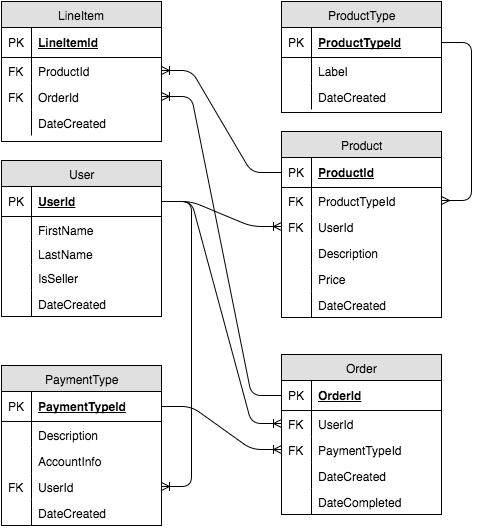
TeamCharles/initial-api keeps this draw.io diagram as ERD.png. Above is the earlier version. Source tidied: cells renumbered, new cells last; positions are measured from the earlier drawing's top-left corner, leaving out a move shared by most shapes.
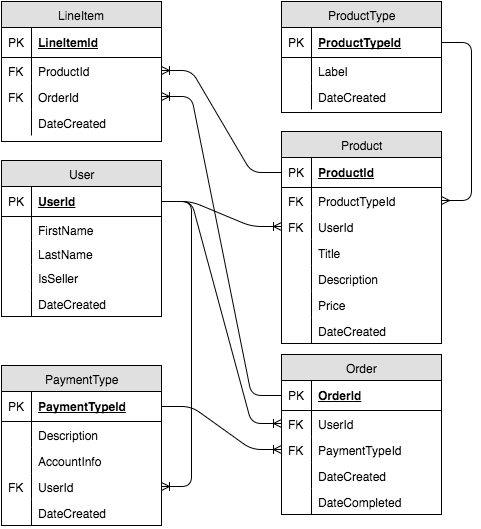
Above is the later version.

The edit, as a diff of the source:
```diff
@@ -3,7 +3,7 @@
     <mxCell id="0" />
     <mxCell id="1" parent="0" />
     <mxCell id="2" value="Product" style="swimlane;html=1;fontStyle=0;horizontal=1;startSize=26;fillColor=#e0e0e0;swimlaneFillColor=#ffffff;align=center;" parent="1" vertex="1">
-      <mxGeometry x="280" y="130" width="160" height="186" as="geometry" />
+      <mxGeometry x="280" y="130" width="160" height="212" as="geometry" />
     </mxCell>
     <mxCell id="3" value="ProductId" style="shape=partialRectangle;top=0;left=0;right=0;bottom=1;html=1;align=left;verticalAlign=middle;fillColor=none;spacingLeft=34;spacingRight=4;whiteSpace=wrap;overflow=hidden;points=[[0,0.5],[1,0.5]];portConstraint=eastwest;fontStyle=5;" parent="2" vertex="1">
       <mxGeometry y="26" width="160" height="30" as="geometry" />
@@ -23,20 +23,26 @@
     <mxCell id="8" value="FK" style="shape=partialRectangle;top=0;left=0;bottom=0;html=1;fillColor=none;align=left;verticalAlign=top;spacingLeft=4;spacingRight=4;whiteSpace=wrap;overflow=hidden;" parent="7" vertex="1">
       <mxGeometry width="30" height="26" as="geometry" />
     </mxCell>
+    <mxCell id="71" value="Title" style="shape=partialRectangle;top=0;left=0;right=0;bottom=0;html=1;align=left;verticalAlign=top;fillColor=none;spacingLeft=34;spacingRight=4;whiteSpace=wrap;overflow=hidden;" parent="2" vertex="1">
+      <mxGeometry y="108" width="160" height="26" as="geometry" />
+    </mxCell>
+    <mxCell id="72" style="shape=partialRectangle;top=0;left=0;bottom=0;html=1;fillColor=none;align=left;verticalAlign=top;spacingLeft=4;spacingRight=4;whiteSpace=wrap;overflow=hidden;" parent="71" vertex="1">
+      <mxGeometry width="30" height="26" as="geometry" />
+    </mxCell>
     <mxCell id="9" value="Description" style="shape=partialRectangle;top=0;left=0;right=0;bottom=0;html=1;align=left;verticalAlign=top;fillColor=none;spacingLeft=34;spacingRight=4;whiteSpace=wrap;overflow=hidden;" parent="2" vertex="1">
-      <mxGeometry y="108" width="160" height="26" as="geometry" />
+      <mxGeometry y="134" width="160" height="26" as="geometry" />
     </mxCell>
     <mxCell id="10" style="shape=partialRectangle;top=0;left=0;bottom=0;html=1;fillColor=none;align=left;verticalAlign=top;spacingLeft=4;spacingRight=4;whiteSpace=wrap;overflow=hidden;" parent="9" vertex="1">
       <mxGeometry width="30" height="26" as="geometry" />
     </mxCell>
     <mxCell id="11" value="Price" style="shape=partialRectangle;top=0;left=0;right=0;bottom=0;html=1;align=left;verticalAlign=top;fillColor=none;spacingLeft=34;spacingRight=4;whiteSpace=wrap;overflow=hidden;" parent="2" vertex="1">
-      <mxGeometry y="134" width="160" height="26" as="geometry" />
+      <mxGeometry y="160" width="160" height="26" as="geometry" />
     </mxCell>
     <mxCell id="12" style="shape=partialRectangle;top=0;left=0;bottom=0;html=1;fillColor=none;align=left;verticalAlign=top;spacingLeft=4;spacingRight=4;whiteSpace=wrap;overflow=hidden;" parent="11" vertex="1">
       <mxGeometry width="30" height="26" as="geometry" />
     </mxCell>
     <mxCell id="13" value="DateCreated" style="shape=partialRectangle;top=0;left=0;right=0;bottom=0;html=1;align=left;verticalAlign=top;fillColor=none;spacingLeft=34;spacingRight=4;whiteSpace=wrap;overflow=hidden;" parent="2" vertex="1">
-      <mxGeometry y="160" width="160" height="26" as="geometry" />
+      <mxGeometry y="186" width="160" height="26" as="geometry" />
     </mxCell>
     <mxCell id="14" style="shape=partialRectangle;top=0;left=0;bottom=0;html=1;fillColor=none;align=left;verticalAlign=top;spacingLeft=4;spacingRight=4;whiteSpace=wrap;overflow=hidden;" parent="13" vertex="1">
       <mxGeometry width="30" height="26" as="geometry" />
```
